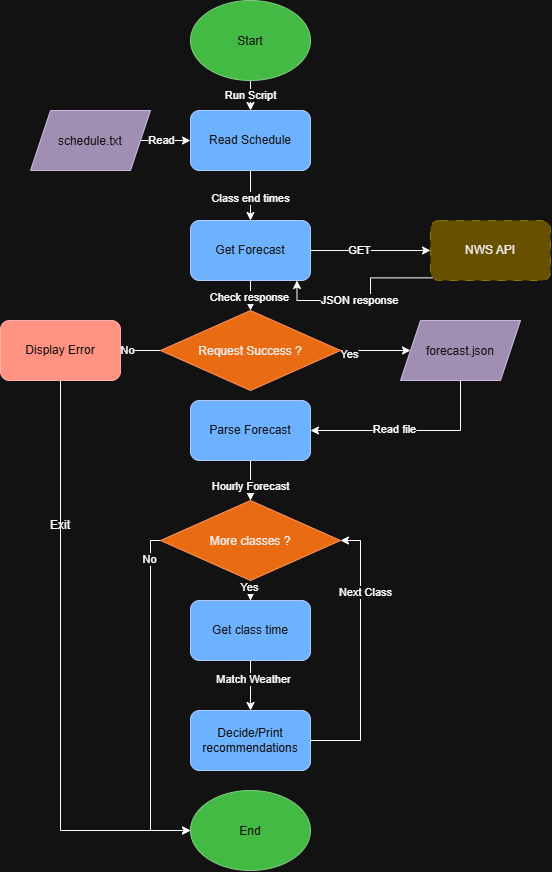
yuvraj-del/jacketcheck keeps this draw.io diagram as docs/diagram.drawio.png. Above is the earlier version. Source tidied: cells renumbered, new cells last; positions are measured from the earlier drawing's top-left corner, leaving out a move shared by most shapes.
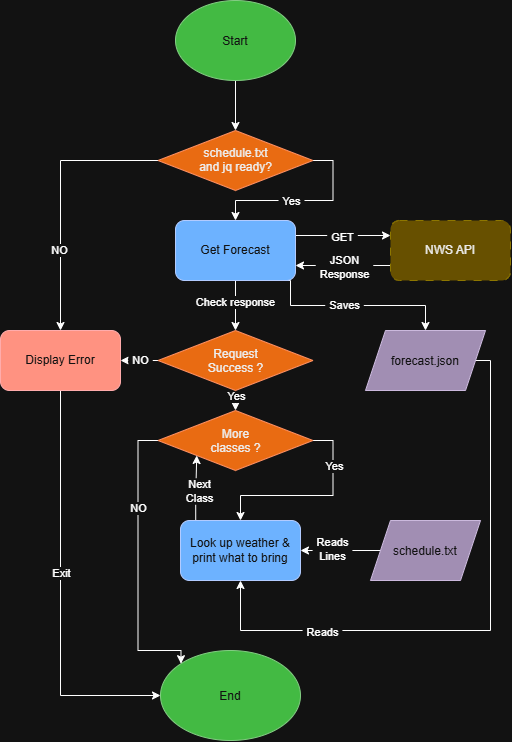
After the commit.

Commit message:
Update README and diagram to match final MVP

Diff of the diagram source:
```diff
@@ -2,144 +2,159 @@
   <root>
     <mxCell id="0" />
     <mxCell id="1" parent="0" />
-    <mxCell id="2" style="edgeStyle=orthogonalEdgeStyle;rounded=0;jettySize=auto;html=1;defaultLabelBackgroundColor=page;" parent="1" edge="1" source="4" target="7">
-      <mxGeometry relative="1" as="geometry" />
-    </mxCell>
-    <mxCell id="3" value="Run Script" style="edgeLabel;html=1;align=center;verticalAlign=middle;inheritText=1;defaultLabelBackgroundColor=page;" parent="2" vertex="1">
-      <mxGeometry x="0.35" y="-1" relative="1" as="geometry" />
-    </mxCell>
+    <mxCell id="45" style="edgeStyle=orthogonalEdgeStyle;rounded=0;jettySize=auto;html=1;exitX=0.5;exitY=1;exitDx=0;exitDy=0;entryX=0.5;entryY=0;entryDx=0;entryDy=0;defaultLabelBackgroundColor=page;labelPadding=0 4;" parent="1" edge="1" source="4" target="50">
+      <mxGeometry relative="1" as="geometry" />
+    </mxCell>
     <mxCell id="4" value="Start" style="ellipse;whiteSpace=wrap;html=1;shapeInside=1;fillColor=#008a00;fontColor=#ffffff;strokeColor=#005700;" parent="1" vertex="1">
-      <mxGeometry x="190" width="120" height="80" as="geometry" />
+      <mxGeometry x="645" y="-10" width="120" height="80" as="geometry" />
     </mxCell>
-    <mxCell id="5" style="edgeStyle=orthogonalEdgeStyle;rounded=0;jettySize=auto;html=1;defaultLabelBackgroundColor=page;" parent="1" edge="1" source="7" target="15">
-      <mxGeometry relative="1" as="geometry" />
-    </mxCell>
-    <mxCell id="6" value="Class end times" style="edgeLabel;html=1;align=center;verticalAlign=middle;inheritText=1;defaultLabelBackgroundColor=page;" parent="5" vertex="1">
-      <mxGeometry x="0.08" y="-1" relative="1" as="geometry" />
-    </mxCell>
-    <mxCell id="7" value="Read Schedule" style="rounded=1;whiteSpace=wrap;html=1;roundedPerimeter=1;fillColor=#0050ef;fontColor=#ffffff;strokeColor=#001DBC;" parent="1" vertex="1">
-      <mxGeometry x="190" y="110" width="120" height="60" as="geometry" />
-    </mxCell>
-    <mxCell id="8" style="edgeStyle=orthogonalEdgeStyle;rounded=0;jettySize=auto;html=1;defaultLabelBackgroundColor=page;" parent="1" edge="1" source="10" target="7">
-      <mxGeometry relative="1" as="geometry" />
-    </mxCell>
-    <mxCell id="9" value="Read" style="edgeLabel;html=1;align=center;verticalAlign=middle;inheritText=1;defaultLabelBackgroundColor=page;" parent="8" vertex="1">
-      <mxGeometry x="-0.22" y="1" relative="1" as="geometry" />
-    </mxCell>
-    <mxCell id="10" value="schedule.txt" style="shape=parallelogram;perimeter=parallelogramPerimeter;whiteSpace=wrap;html=1;shapeInside=1;fixedSize=1;fillColor=#76608a;fontColor=#ffffff;strokeColor=#432D57;" parent="1" vertex="1">
-      <mxGeometry x="30" y="110" width="120" height="60" as="geometry" />
-    </mxCell>
+    <mxCell id="46" style="edgeStyle=orthogonalEdgeStyle;rounded=0;jettySize=auto;html=1;exitX=1;exitY=0.5;exitDx=0;exitDy=0;entryX=0.5;entryY=0;entryDx=0;entryDy=0;defaultLabelBackgroundColor=page;labelPadding=0 4;" parent="1" edge="1" source="50" target="15">
+      <mxGeometry relative="1" as="geometry">
+        <Array as="points">
+          <mxPoint x="802.5" y="150" />
+          <mxPoint x="802.5" y="190" />
+          <mxPoint x="705" y="190" />
+        </Array>
+      </mxGeometry>
+    </mxCell>
+    <mxCell id="47" value="Yes" style="edgeLabel;html=1;align=center;verticalAlign=middle;inheritText=1;defaultLabelBackgroundColor=page;labelPadding=0 4;" parent="46" vertex="1">
+      <mxGeometry x="-0.29" y="3" relative="1" as="geometry">
+        <mxPoint x="-39" y="-3" as="offset" />
+      </mxGeometry>
+    </mxCell>
+    <mxCell id="48" style="edgeStyle=orthogonalEdgeStyle;rounded=0;jettySize=auto;html=1;exitX=0;exitY=0.5;exitDx=0;exitDy=0;entryX=0.5;entryY=0;entryDx=0;entryDy=0;defaultLabelBackgroundColor=page;labelPadding=0 4;" parent="1" edge="1" source="50" target="28">
+      <mxGeometry relative="1" as="geometry" />
+    </mxCell>
+    <mxCell id="49" value="NO" style="edgeLabel;html=1;align=center;verticalAlign=middle;inheritText=1;defaultLabelBackgroundColor=page;labelPadding=0 4;" parent="48" vertex="1">
+      <mxGeometry x="0.39" y="-2" relative="1" as="geometry">
+        <mxPoint y="1" as="offset" />
+      </mxGeometry>
+    </mxCell>
+    <mxCell id="50" value="schedule.txt and jq ready?" style="rhombus;whiteSpace=wrap;html=1;shapeInside=1;fillColor=#fa6800;fontColor=#000000;strokeColor=#C73500;" parent="1" vertex="1">
+      <mxGeometry x="627.5" y="120" width="155" height="60" as="geometry" />
+    </mxCell>
+    <mxCell id="27" style="edgeStyle=orthogonalEdgeStyle;rounded=0;jettySize=auto;html=1;exitX=0.5;exitY=1;exitDx=0;exitDy=0;entryX=0;entryY=0.5;entryDx=0;entryDy=0;defaultLabelBackgroundColor=page;labelPadding=0 4;" parent="1" edge="1" source="28" target="29">
+      <mxGeometry relative="1" as="geometry" />
+    </mxCell>
+    <mxCell id="44" value="Exit" style="edgeLabel;html=1;align=center;verticalAlign=middle;inheritText=1;defaultLabelBackgroundColor=page;labelPadding=0 4;" parent="27" vertex="1">
+      <mxGeometry x="-0.1" relative="1" as="geometry" />
+    </mxCell>
+    <mxCell id="28" value="Display Error" style="rounded=1;whiteSpace=wrap;html=1;roundedPerimeter=1;fillColor=#e51400;fontColor=#ffffff;strokeColor=#B20000;" parent="1" vertex="1">
+      <mxGeometry x="470" y="320" width="120" height="60" as="geometry" />
+    </mxCell>
+    <mxCell id="29" value="End" style="ellipse;whiteSpace=wrap;html=1;shapeInside=1;fillColor=#008a00;fontColor=#ffffff;strokeColor=#005700;" parent="1" vertex="1">
+      <mxGeometry x="630" y="640" width="140" height="90" as="geometry" />
+    </mxCell>
+    <mxCell id="16" style="edgeStyle=orthogonalEdgeStyle;rounded=0;jettySize=auto;html=1;exitX=0;exitY=0.75;exitDx=0;exitDy=0;entryX=1;entryY=0.75;entryDx=0;entryDy=0;defaultLabelBackgroundColor=page;labelPadding=0 4;" parent="1" edge="1" source="18" target="15">
+      <mxGeometry relative="1" as="geometry" />
+    </mxCell>
+    <mxCell id="51" value="JSON&lt;br&gt;Response" style="edgeLabel;html=1;align=center;verticalAlign=middle;inheritText=1;defaultLabelBackgroundColor=page;labelPadding=0 4;" parent="16" vertex="1">
+      <mxGeometry x="-0.2" y="1" relative="1" as="geometry">
+        <mxPoint x="-9" as="offset" />
+      </mxGeometry>
+    </mxCell>
+    <mxCell id="18" value="NWS API" style="rounded=1;whiteSpace=wrap;html=1;roundedPerimeter=1;fillStyle=auto;dashed=1;dashPattern=8 8;fillColor=#e3c800;fontColor=#000000;strokeColor=#B09500;" parent="1" vertex="1">
+      <mxGeometry x="860" y="210" width="120" height="60" as="geometry" />
+    </mxCell>
+    <mxCell id="21" style="edgeStyle=orthogonalEdgeStyle;rounded=0;jettySize=auto;html=1;exitX=0;exitY=0.5;exitDx=0;exitDy=0;entryX=1;entryY=0.5;entryDx=0;entryDy=0;defaultLabelBackgroundColor=page;labelPadding=0 4;" parent="1" edge="1" source="23" target="28">
+      <mxGeometry relative="1" as="geometry" />
+    </mxCell>
+    <mxCell id="52" value="NO" style="edgeLabel;html=1;align=center;verticalAlign=middle;inheritText=1;defaultLabelBackgroundColor=page;labelPadding=0 4;" parent="21" vertex="1">
+      <mxGeometry x="-0.03" y="-1" relative="1" as="geometry" />
+    </mxCell>
+    <mxCell id="53" style="edgeStyle=orthogonalEdgeStyle;rounded=0;jettySize=auto;html=1;exitX=0.5;exitY=1;exitDx=0;exitDy=0;entryX=0.5;entryY=0;entryDx=0;entryDy=0;defaultLabelBackgroundColor=page;labelPadding=0 4;" parent="1" edge="1" source="23" target="37">
+      <mxGeometry relative="1" as="geometry" />
+    </mxCell>
+    <mxCell id="54" value="Yes" style="edgeLabel;html=1;align=center;verticalAlign=middle;inheritText=1;defaultLabelBackgroundColor=page;labelPadding=0 4;" parent="53" vertex="1">
+      <mxGeometry x="-0.37" relative="1" as="geometry" />
+    </mxCell>
+    <mxCell id="23" value="Request Success ?" style="rhombus;whiteSpace=wrap;html=1;shapeInside=1;fillColor=#fa6800;fontColor=#000000;strokeColor=#C73500;" parent="1" vertex="1">
+      <mxGeometry x="627.5" y="320" width="155" height="60" as="geometry" />
+    </mxCell>
+    <mxCell id="35" style="edgeStyle=orthogonalEdgeStyle;rounded=0;jettySize=auto;html=1;exitX=0;exitY=0.5;exitDx=0;exitDy=0;entryX=0;entryY=0;entryDx=0;entryDy=0;defaultLabelBackgroundColor=page;labelPadding=0 4;" parent="1" edge="1" source="37" target="29">
+      <mxGeometry x="0.13" relative="1" as="geometry">
+        <Array as="points">
+          <mxPoint x="607.5" y="430" />
+          <mxPoint x="607.5" y="640" />
+          <mxPoint x="650.5" y="640" />
+        </Array>
+      </mxGeometry>
+    </mxCell>
+    <mxCell id="55" value="NO" style="edgeLabel;html=1;align=center;verticalAlign=middle;inheritText=1;defaultLabelBackgroundColor=page;labelPadding=0 4;" parent="35" vertex="1">
+      <mxGeometry x="-0.39" relative="1" as="geometry" />
+    </mxCell>
+    <mxCell id="56" style="edgeStyle=orthogonalEdgeStyle;rounded=0;jettySize=auto;html=1;exitX=1;exitY=0.5;exitDx=0;exitDy=0;entryX=0.5;entryY=0;entryDx=0;entryDy=0;defaultLabelBackgroundColor=page;labelPadding=0 4;" parent="1" edge="1" source="37" target="61">
+      <mxGeometry relative="1" as="geometry" />
+    </mxCell>
+    <mxCell id="57" value="Yes" style="edgeLabel;html=1;align=center;verticalAlign=middle;inheritText=1;defaultLabelBackgroundColor=page;labelPadding=0 4;" parent="56" vertex="1">
+      <mxGeometry x="-0.53" y="1" relative="1" as="geometry" />
+    </mxCell>
+    <mxCell id="37" value="More classes ?" style="rhombus;whiteSpace=wrap;html=1;shapeInside=1;fillColor=#fa6800;fontColor=#000000;strokeColor=#C73500;" parent="1" vertex="1">
+      <mxGeometry x="627.5" y="400" width="155" height="60" as="geometry" />
+    </mxCell>
+    <mxCell id="13" style="edgeStyle=orthogonalEdgeStyle;rounded=0;jettySize=auto;html=1;exitX=1;exitY=0.25;exitDx=0;exitDy=0;entryX=0;entryY=0.25;entryDx=0;entryDy=0;defaultLabelBackgroundColor=page;labelPadding=0 4;" parent="1" edge="1" source="15" target="18">
+      <mxGeometry relative="1" as="geometry" />
+    </mxCell>
+    <mxCell id="14" value="GET" style="edgeLabel;html=1;align=center;verticalAlign=middle;inheritText=1;defaultLabelBackgroundColor=page;labelPadding=0 4;" parent="13" vertex="1">
+      <mxGeometry x="-0.03" y="-1" relative="1" as="geometry" />
+    </mxCell>
-    <mxCell id="11" style="edgeStyle=orthogonalEdgeStyle;rounded=0;jettySize=auto;html=1;defaultLabelBackgroundColor=page;" parent="1" edge="1" source="15" target="23">
+    <mxCell id="11" style="edgeStyle=orthogonalEdgeStyle;rounded=0;jettySize=auto;html=1;exitX=0.5;exitY=1;exitDx=0;exitDy=0;entryX=0.5;entryY=0;entryDx=0;entryDy=0;defaultLabelBackgroundColor=page;labelPadding=0 4;" parent="1" edge="1" source="15" target="23">
       <mxGeometry relative="1" as="geometry" />
     </mxCell>
-    <mxCell id="12" value="Check response" style="edgeLabel;html=1;align=center;verticalAlign=middle;inheritText=1;defaultLabelBackgroundColor=page;" parent="11" vertex="1">
-      <mxGeometry x="0.43" y="-2" relative="1" as="geometry" />
+    <mxCell id="12" value="Check response" style="edgeLabel;html=1;align=center;verticalAlign=middle;inheritText=1;defaultLabelBackgroundColor=page;labelPadding=0 4;" parent="11" vertex="1">
+      <mxGeometry x="-0.14" y="-1" relative="1" as="geometry" />
     </mxCell>
-    <mxCell id="13" style="edgeStyle=orthogonalEdgeStyle;rounded=0;jettySize=auto;html=1;defaultLabelBackgroundColor=page;" parent="1" edge="1" source="15" target="18">
-      <mxGeometry relative="1" as="geometry" />
-    </mxCell>
-    <mxCell id="14" value="GET" style="edgeLabel;html=1;align=center;verticalAlign=middle;inheritText=1;defaultLabelBackgroundColor=page;" parent="13" vertex="1">
-      <mxGeometry x="-0.21" y="1" relative="1" as="geometry" />
-    </mxCell>
+    <mxCell id="58" style="edgeStyle=orthogonalEdgeStyle;rounded=0;jettySize=auto;html=1;exitX=0.75;exitY=1;exitDx=0;exitDy=0;entryX=0.5;entryY=0;entryDx=0;entryDy=0;defaultLabelBackgroundColor=page;labelPadding=0 4;" parent="1" edge="1" source="15" target="26">
+      <mxGeometry relative="1" as="geometry">
+        <Array as="points">
+          <mxPoint x="760" y="270" />
+          <mxPoint x="760" y="295" />
+          <mxPoint x="895" y="295" />
+        </Array>
+      </mxGeometry>
+    </mxCell>
+    <mxCell id="59" value="Saves" style="edgeLabel;html=1;align=center;verticalAlign=middle;inheritText=1;defaultLabelBackgroundColor=page;labelPadding=0 4;" parent="58" vertex="1">
+      <mxGeometry x="-0.02" y="1" relative="1" as="geometry" />
+    </mxCell>
     <mxCell id="15" value="Get Forecast" style="rounded=1;whiteSpace=wrap;html=1;roundedPerimeter=1;fillColor=#0050ef;fontColor=#ffffff;strokeColor=#001DBC;" parent="1" vertex="1">
-      <mxGeometry x="190" y="220" width="120" height="60" as="geometry" />
+      <mxGeometry x="645" y="210" width="120" height="60" as="geometry" />
     </mxCell>
-    <mxCell id="16" style="edgeStyle=orthogonalEdgeStyle;rounded=0;jettySize=auto;html=1;exitX=0;exitY=1;exitDx=0;exitDy=0;entryX=0.888;entryY=1.001;entryDx=0;entryDy=0;defaultLabelBackgroundColor=page;" parent="1" edge="1" source="18" target="15">
-      <mxGeometry relative="1" as="geometry" />
-    </mxCell>
-    <mxCell id="17" value="JSON response" style="edgeLabel;html=1;align=center;verticalAlign=middle;inheritText=1;defaultLabelBackgroundColor=page;" parent="16" vertex="1">
-      <mxGeometry x="0.08" y="-1" relative="1" as="geometry" />
-    </mxCell>
-    <mxCell id="18" value="NWS API" style="rounded=1;whiteSpace=wrap;html=1;roundedPerimeter=1;fillStyle=auto;dashed=1;dashPattern=8 8;fillColor=#e3c800;fontColor=#000000;strokeColor=#B09500;" parent="1" vertex="1">
-      <mxGeometry x="430" y="220" width="120" height="60" as="geometry" />
-    </mxCell>
-    <mxCell id="19" style="edgeStyle=orthogonalEdgeStyle;rounded=0;jettySize=auto;html=1;defaultLabelBackgroundColor=page;" parent="1" edge="1" source="23" target="26">
-      <mxGeometry relative="1" as="geometry" />
-    </mxCell>
-    <mxCell id="20" value="Yes" style="edgeLabel;html=1;align=center;verticalAlign=middle;inheritText=1;defaultLabelBackgroundColor=page;" parent="19" vertex="1">
-      <mxGeometry x="-0.77" y="-3" relative="1" as="geometry" />
-    </mxCell>
-    <mxCell id="21" style="edgeStyle=orthogonalEdgeStyle;rounded=0;jettySize=auto;html=1;defaultLabelBackgroundColor=page;" parent="1" edge="1" source="23" target="28">
-      <mxGeometry relative="1" as="geometry" />
-    </mxCell>
-    <mxCell id="22" value="No" style="edgeLabel;html=1;align=center;verticalAlign=middle;inheritText=1;defaultLabelBackgroundColor=page;" parent="21" vertex="1">
-      <mxGeometry x="0.7" y="-1" relative="1" as="geometry" />
-    </mxCell>
-    <mxCell id="23" value="Request Success ?" style="rhombus;whiteSpace=wrap;html=1;shapeInside=1;fillColor=#fa6800;fontColor=#000000;strokeColor=#C73500;" parent="1" vertex="1">
-      <mxGeometry x="160" y="310" width="180" height="80" as="geometry" />
-    </mxCell>
-    <mxCell id="24" style="edgeStyle=orthogonalEdgeStyle;rounded=0;jettySize=auto;html=1;exitX=0.5;exitY=1;exitDx=0;exitDy=0;defaultLabelBackgroundColor=page;entryX=1;entryY=0.5;entryDx=0;entryDy=0;" parent="1" edge="1" source="26" target="32">
-      <mxGeometry relative="1" as="geometry" />
-    </mxCell>
-    <mxCell id="25" value="Read file" style="edgeLabel;html=1;align=center;verticalAlign=middle;inheritText=1;defaultLabelBackgroundColor=page;" parent="24" vertex="1">
-      <mxGeometry x="0.17" y="-2" relative="1" as="geometry" />
-    </mxCell>
+    <mxCell id="60" style="edgeStyle=orthogonalEdgeStyle;rounded=0;jettySize=auto;html=1;exitX=0.097;exitY=-0.04;exitDx=0;exitDy=0;entryX=0;entryY=1;entryDx=0;entryDy=0;defaultLabelBackgroundColor=page;labelPadding=0 4;" parent="1" edge="1" source="61" target="37">
+      <mxGeometry x="-0.2" relative="1" as="geometry" />
+    </mxCell>
+    <mxCell id="42" value="Next&lt;div&gt;Class&lt;/div&gt;" style="edgeLabel;html=1;align=center;verticalAlign=middle;inheritText=1;defaultLabelBackgroundColor=page;labelPadding=0 4;" parent="60" vertex="1">
+      <mxGeometry x="0.05" y="-2" relative="1" as="geometry">
+        <mxPoint y="4" as="offset" />
+      </mxGeometry>
+    </mxCell>
+    <mxCell id="61" value="Look up weather &amp;amp; print what to bring" style="rounded=1;whiteSpace=wrap;html=1;roundedPerimeter=1;fillColor=#0050ef;fontColor=#ffffff;strokeColor=#001DBC;" parent="1" vertex="1">
+      <mxGeometry x="650" y="510" width="120" height="60" as="geometry" />
+    </mxCell>
+    <mxCell id="62" style="edgeStyle=orthogonalEdgeStyle;rounded=0;jettySize=auto;html=1;exitX=0.5;exitY=1;exitDx=0;exitDy=0;entryX=0.5;entryY=1;entryDx=0;entryDy=0;defaultLabelBackgroundColor=page;labelPadding=0 4;" parent="1" edge="1" source="26" target="61">
+      <mxGeometry x="0.21" relative="1" as="geometry">
+        <Array as="points">
+          <mxPoint x="960" y="350" />
+          <mxPoint x="960" y="620" />
+          <mxPoint x="710" y="620" />
+        </Array>
+      </mxGeometry>
+    </mxCell>
+    <mxCell id="63" value="Reads" style="edgeLabel;html=1;align=center;verticalAlign=middle;inheritText=1;defaultLabelBackgroundColor=page;labelPadding=0 4;" parent="62" vertex="1">
+      <mxGeometry x="0.6" y="1" relative="1" as="geometry">
+        <mxPoint x="-3" as="offset" />
+      </mxGeometry>
+    </mxCell>
     <mxCell id="26" value="&lt;span style=&quot;text-decoration-line: inherit; background-color: transparent; color: light-dark(rgb(255, 255, 255), rgb(18, 18, 18));&quot;&gt;forecast&lt;/span&gt;&lt;span style=&quot;background-color: transparent; color: light-dark(rgb(255, 255, 255), rgb(18, 18, 18)); text-decoration-line: inherit;&quot;&gt;.json&lt;/span&gt;" style="shape=parallelogram;perimeter=parallelogramPerimeter;whiteSpace=wrap;html=1;shapeInside=1;fixedSize=1;fillColor=#76608a;fontColor=#ffffff;strokeColor=#432D57;" parent="1" vertex="1">
-      <mxGeometry x="400" y="320" width="120" height="60" as="geometry" />
+      <mxGeometry x="835" y="320" width="120" height="60" as="geometry" />
     </mxCell>
-    <mxCell id="27" style="edgeStyle=orthogonalEdgeStyle;rounded=0;jettySize=auto;html=1;exitX=0.5;exitY=1;exitDx=0;exitDy=0;entryX=0;entryY=0.5;entryDx=0;entryDy=0;defaultLabelBackgroundColor=page;" parent="1" edge="1" source="28" target="29">
-      <mxGeometry relative="1" as="geometry" />
-    </mxCell>
-    <mxCell id="28" value="Display Error" style="rounded=1;whiteSpace=wrap;html=1;roundedPerimeter=1;fillColor=#e51400;fontColor=#ffffff;strokeColor=#B20000;" parent="1" vertex="1">
-      <mxGeometry y="320" width="120" height="60" as="geometry" />
-    </mxCell>
-    <mxCell id="29" value="End" style="ellipse;whiteSpace=wrap;html=1;shapeInside=1;fillColor=#008a00;fontColor=#ffffff;strokeColor=#005700;" parent="1" vertex="1">
-      <mxGeometry x="190" y="790" width="120" height="80" as="geometry" />
-    </mxCell>
-    <mxCell id="30" style="edgeStyle=orthogonalEdgeStyle;rounded=0;jettySize=auto;html=1;defaultLabelBackgroundColor=page;" parent="1" edge="1" source="32" target="37">
-      <mxGeometry relative="1" as="geometry" />
-    </mxCell>
-    <mxCell id="31" value="Hourly Forecast" style="edgeLabel;html=1;align=center;verticalAlign=middle;inheritText=1;defaultLabelBackgroundColor=page;" parent="30" vertex="1">
-      <mxGeometry x="0.24" y="-1" relative="1" as="geometry" />
-    </mxCell>
-    <mxCell id="32" value="Parse Forecast" style="rounded=1;whiteSpace=wrap;html=1;roundedPerimeter=1;fillColor=#0050ef;fontColor=#ffffff;strokeColor=#001DBC;" parent="1" vertex="1">
-      <mxGeometry x="190" y="400" width="120" height="60" as="geometry" />
-    </mxCell>
-    <mxCell id="33" style="edgeStyle=orthogonalEdgeStyle;rounded=0;jettySize=auto;html=1;defaultLabelBackgroundColor=page;" parent="1" edge="1" source="37" target="40">
-      <mxGeometry relative="1" as="geometry" />
-    </mxCell>
-    <mxCell id="34" value="Yes" style="edgeLabel;html=1;align=center;verticalAlign=middle;inheritText=1;defaultLabelBackgroundColor=page;" parent="33" vertex="1">
-      <mxGeometry x="0.54" y="-2" relative="1" as="geometry" />
-    </mxCell>
-    <mxCell id="35" style="edgeStyle=orthogonalEdgeStyle;rounded=0;jettySize=auto;html=1;exitX=0;exitY=0.5;exitDx=0;exitDy=0;defaultLabelBackgroundColor=page;entryX=0;entryY=0.5;entryDx=0;entryDy=0;" parent="1" edge="1" source="37" target="29">
-      <mxGeometry x="-0.11" relative="1" as="geometry">
-        <Array as="points">
-          <mxPoint x="150" y="540" />
-          <mxPoint x="150" y="830" />
-        </Array>
-      </mxGeometry>
-    </mxCell>
-    <mxCell id="36" value="No" style="edgeLabel;html=1;align=center;verticalAlign=middle;inheritText=1;defaultLabelBackgroundColor=page;" parent="35" vertex="1">
-      <mxGeometry x="-0.84" y="-2" relative="1" as="geometry" />
-    </mxCell>
-    <mxCell id="37" value="More classes ?" style="rhombus;whiteSpace=wrap;html=1;shapeInside=1;fillColor=#fa6800;fontColor=#000000;strokeColor=#C73500;" parent="1" vertex="1">
-      <mxGeometry x="160" y="500" width="180" height="80" as="geometry" />
-    </mxCell>
-    <mxCell id="38" style="edgeStyle=orthogonalEdgeStyle;rounded=0;jettySize=auto;html=1;defaultLabelBackgroundColor=page;" parent="1" edge="1" source="40" target="43">
-      <mxGeometry relative="1" as="geometry" />
-    </mxCell>
-    <mxCell id="39" value="Match Weather" style="edgeLabel;html=1;align=center;verticalAlign=middle;inheritText=1;defaultLabelBackgroundColor=page;" parent="38" vertex="1">
-      <mxGeometry x="-0.29" y="2" relative="1" as="geometry" />
-    </mxCell>
-    <mxCell id="40" value="Get class time" style="rounded=1;whiteSpace=wrap;html=1;roundedPerimeter=1;fillColor=#0050ef;fontColor=#ffffff;strokeColor=#001DBC;" parent="1" vertex="1">
-      <mxGeometry x="190" y="600" width="120" height="60" as="geometry" />
-    </mxCell>
-    <mxCell id="41" style="edgeStyle=orthogonalEdgeStyle;rounded=0;jettySize=auto;html=1;exitX=1;exitY=0.5;exitDx=0;exitDy=0;entryX=1;entryY=0.5;entryDx=0;entryDy=0;defaultLabelBackgroundColor=page;" parent="1" edge="1" source="43" target="37">
-      <mxGeometry relative="1" as="geometry">
-        <Array as="points">
-          <mxPoint x="360" y="740" />
-          <mxPoint x="360" y="540" />
-        </Array>
-      </mxGeometry>
-    </mxCell>
-    <mxCell id="42" value="Next Class" style="edgeLabel;html=1;align=center;verticalAlign=middle;inheritText=1;defaultLabelBackgroundColor=page;" parent="41" vertex="1">
-      <mxGeometry x="0.47" y="-4" relative="1" as="geometry" />
-    </mxCell>
-    <mxCell id="43" value="Decide/Print recommendations" style="rounded=1;whiteSpace=wrap;html=1;roundedPerimeter=1;fillColor=#0050ef;fontColor=#ffffff;strokeColor=#001DBC;" parent="1" vertex="1">
-      <mxGeometry x="190" y="710" width="120" height="60" as="geometry" />
-    </mxCell>
-    <mxCell id="44" value="Exit" style="text;html=1;whiteSpace=wrap;strokeColor=none;fillColor=none;align=center;verticalAlign=middle;rounded=0;" parent="1" vertex="1">
-      <mxGeometry x="30" y="510" width="60" height="30" as="geometry" />
-    </mxCell>
+    <mxCell id="64" style="edgeStyle=orthogonalEdgeStyle;rounded=0;jettySize=auto;html=1;defaultLabelBackgroundColor=page;labelPadding=0 4;" parent="1" edge="1" source="10" target="61">
+      <mxGeometry relative="1" as="geometry" />
+    </mxCell>
+    <mxCell id="65" value="Reads&lt;br&gt;Lines" style="edgeLabel;html=1;align=center;verticalAlign=middle;inheritText=1;defaultLabelBackgroundColor=page;labelPadding=0 4;" parent="64" vertex="1">
+      <mxGeometry x="0.22" y="-1" relative="1" as="geometry" />
+    </mxCell>
+    <mxCell id="10" value="schedule.txt" style="shape=parallelogram;perimeter=parallelogramPerimeter;whiteSpace=wrap;html=1;shapeInside=1;fixedSize=1;fillColor=#76608a;fontColor=#ffffff;strokeColor=#432D57;" parent="1" vertex="1">
+      <mxGeometry x="840" y="510" width="110" height="60" as="geometry" />
+    </mxCell>
   </root>
 </mxGraphModel>
```
